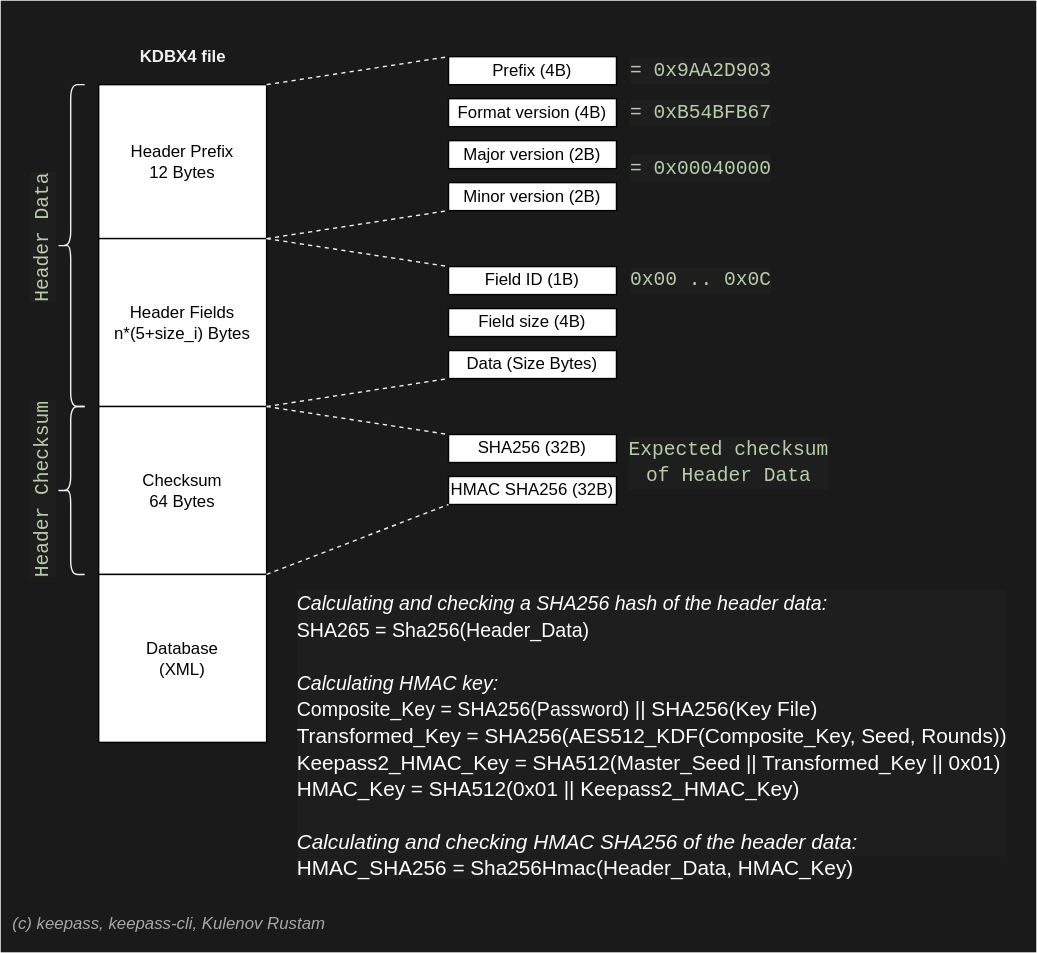
rustamkulenov/keepass-cli keeps this draw.io diagram as docs/kdbx4.drawio.svg. Above is the earlier version. Source tidied: cells renumbered, new cells last; positions are measured from the earlier drawing's top-left corner, leaving out a move shared by most shapes.
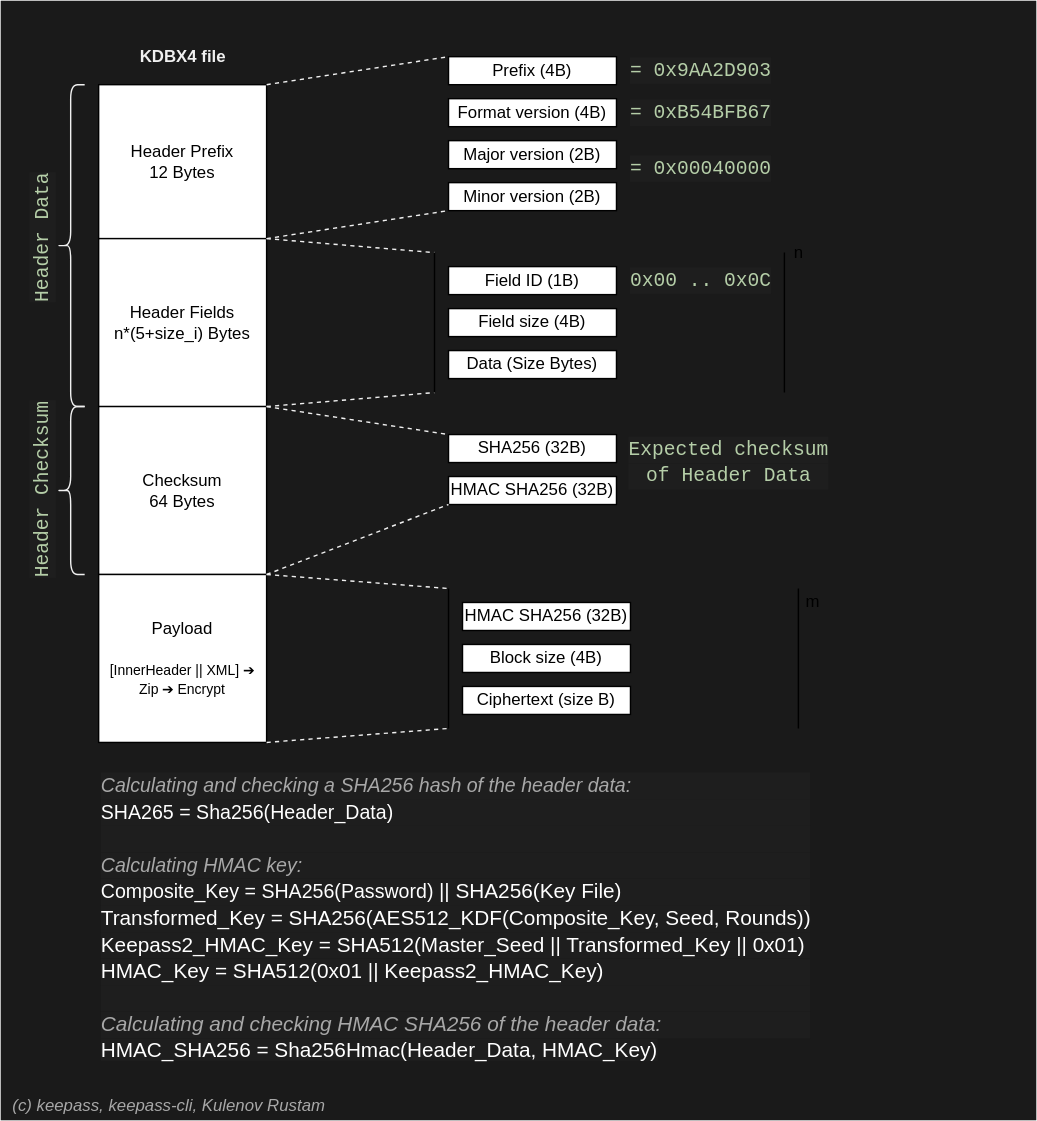
After the change.

Change to the diagram source:
```diff
@@ -3,7 +3,7 @@
     <mxCell id="0" />
     <mxCell id="1" parent="0" />
     <mxCell id="2" style="rounded=0;whiteSpace=wrap;html=1;fontFamily=Helvetica;fontColor=#FFFFFF;align=left;strokeColor=none;fillColor=#1A1A1A;" parent="1" vertex="1">
-      <mxGeometry x="40" width="740" height="680" as="geometry" />
+      <mxGeometry x="40" width="740" height="800" as="geometry" />
     </mxCell>
     <mxCell id="3" value="Header Prefix&lt;br&gt;12 Bytes" style="rounded=0;whiteSpace=wrap;html=1;" parent="1" vertex="1">
       <mxGeometry x="110" y="60" width="120" height="110" as="geometry" />
@@ -14,7 +14,7 @@
     <mxCell id="5" value="Checksum&lt;br&gt;64 Bytes" style="rounded=0;whiteSpace=wrap;html=1;" parent="1" vertex="1">
       <mxGeometry x="110" y="290" width="120" height="120" as="geometry" />
     </mxCell>
-    <mxCell id="6" value="Database&lt;br&gt;(XML)" style="rounded=0;whiteSpace=wrap;html=1;" parent="1" vertex="1">
+    <mxCell id="6" value="Payload&lt;br&gt;&lt;br&gt;&lt;font style=&quot;font-size: 10px&quot;&gt;[InnerHeader || XML]&amp;nbsp;➔&lt;br&gt;&amp;nbsp;Zip&amp;nbsp;➔ Encrypt&lt;/font&gt;" style="rounded=0;whiteSpace=wrap;html=1;" parent="1" vertex="1">
       <mxGeometry x="110" y="410" width="120" height="120" as="geometry" />
     </mxCell>
     <mxCell id="7" value="Prefix (4B)" style="rounded=0;whiteSpace=wrap;html=1;" parent="1" vertex="1">
@@ -56,10 +56,10 @@
     <mxCell id="19" value="&lt;div style=&quot;color: rgb(212 , 212 , 212) ; background-color: rgb(30 , 30 , 30) ; font-family: &amp;#34;droid sans mono&amp;#34; , monospace , monospace , &amp;#34;droid sans fallback&amp;#34; ; font-size: 14px ; line-height: 19px&quot;&gt;&lt;span style=&quot;color: #b5cea8&quot;&gt;0x00 .. 0x0C&lt;/span&gt;&lt;/div&gt;" style="text;html=1;align=center;verticalAlign=middle;strokeColor=none;" parent="1" vertex="1">
       <mxGeometry x="480" y="190" width="120" height="20" as="geometry" />
     </mxCell>
-    <mxCell id="20" style="endArrow=none;html=1;exitX=1;exitY=0;exitDx=0;exitDy=0;entryX=0;entryY=0;entryDx=0;entryDy=0;strokeColor=#F0F0F0;dashed=1;" parent="1" edge="1" source="4" target="16">
+    <mxCell id="20" style="endArrow=none;html=1;exitX=1;exitY=0;exitDx=0;exitDy=0;strokeColor=#F0F0F0;dashed=1;entryX=0;entryY=0;entryDx=0;entryDy=0;" parent="1" edge="1" source="4" target="34">
       <mxGeometry relative="1" as="geometry" />
     </mxCell>
-    <mxCell id="21" style="endArrow=none;html=1;exitX=1;exitY=0;exitDx=0;exitDy=0;entryX=0;entryY=1;entryDx=0;entryDy=0;strokeColor=#F0F0F0;dashed=1;" parent="1" edge="1" source="5" target="18">
+    <mxCell id="21" style="endArrow=none;html=1;exitX=1;exitY=0;exitDx=0;exitDy=0;entryX=0;entryY=1;entryDx=0;entryDy=0;strokeColor=#F0F0F0;dashed=1;" parent="1" edge="1" source="5" target="34">
       <mxGeometry relative="1" as="geometry" />
     </mxCell>
     <mxCell id="22" value="SHA256 (32B)" style="rounded=0;whiteSpace=wrap;html=1;" parent="1" vertex="1">
@@ -74,8 +74,8 @@
     <mxCell id="25" style="endArrow=none;html=1;exitX=1;exitY=0;exitDx=0;exitDy=0;entryX=0;entryY=1;entryDx=0;entryDy=0;strokeColor=#F0F0F0;dashed=1;" parent="1" edge="1" source="6" target="23">
       <mxGeometry relative="1" as="geometry" />
     </mxCell>
-    <mxCell id="26" value="&lt;div style=&quot;background-color: rgb(30 , 30 , 30) ; font-size: 14px ; line-height: 19px&quot;&gt;&lt;span&gt;&lt;i&gt;Calculating and checking a SHA256 hash of the header data:&lt;/i&gt;&lt;/span&gt;&lt;/div&gt;&lt;div style=&quot;background-color: rgb(30 , 30 , 30) ; font-size: 14px ; line-height: 19px&quot;&gt;&lt;span&gt;SHA265 = Sha256(Header_Data)&lt;/span&gt;&lt;/div&gt;&lt;div style=&quot;background-color: rgb(30 , 30 , 30) ; font-size: 14px ; line-height: 19px&quot;&gt;&lt;span&gt;&lt;br&gt;&lt;/span&gt;&lt;/div&gt;&lt;div style=&quot;background-color: rgb(30 , 30 , 30) ; font-size: 14px ; line-height: 19px&quot;&gt;&lt;span&gt;&lt;i&gt;Calculating HMAC key:&lt;/i&gt;&lt;/span&gt;&lt;/div&gt;&lt;div style=&quot;background-color: rgb(30 , 30 , 30) ; font-size: 14px ; line-height: 19px&quot;&gt;&lt;span&gt;Composite_Key = SHA256(Password)&amp;nbsp;&lt;/span&gt;&lt;span style=&quot;font-size: 106%&quot;&gt;|| SHA256(Key File)&lt;/span&gt;&lt;/div&gt;&lt;div style=&quot;background-color: rgb(30 , 30 , 30) ; font-size: 14px ; line-height: 19px&quot;&gt;&lt;span style=&quot;font-size: 106%&quot;&gt;Transformed_Key = SHA256(AES512_KDF(Composite_Key, Seed, Rounds))&lt;/span&gt;&lt;/div&gt;&lt;div style=&quot;background-color: rgb(30 , 30 , 30) ; font-size: 14px ; line-height: 19px&quot;&gt;&lt;span style=&quot;font-size: 14.84px&quot;&gt;Keepass2_HMAC_Key = SHA512(Master_Seed || Transformed_Key || 0x01)&lt;/span&gt;&lt;/div&gt;&lt;div style=&quot;background-color: rgb(30 , 30 , 30) ; font-size: 14px ; line-height: 19px&quot;&gt;&lt;span style=&quot;font-size: 14.84px&quot;&gt;HMAC_Key = SHA512(0x01 || Keepass2_HMAC_Key)&lt;/span&gt;&lt;/div&gt;&lt;div style=&quot;background-color: rgb(30 , 30 , 30) ; font-size: 14px ; line-height: 19px&quot;&gt;&lt;span style=&quot;font-size: 14.84px&quot;&gt;&lt;br&gt;&lt;/span&gt;&lt;/div&gt;&lt;div style=&quot;background-color: rgb(30 , 30 , 30) ; font-size: 14px ; line-height: 19px&quot;&gt;&lt;span style=&quot;font-size: 14.84px&quot;&gt;&lt;i&gt;Calculating and checking HMAC SHA256 of the header data:&lt;/i&gt;&lt;/span&gt;&lt;/div&gt;&lt;div style=&quot;background-color: rgb(30 , 30 , 30) ; font-size: 14px ; line-height: 19px&quot;&gt;&lt;/div&gt;&lt;span style=&quot;font-size: 14.84px ; background-color: rgb(30 , 30 , 30)&quot;&gt;HMAC_SHA256 = Sha256Hmac(Header_Data, HMAC_Key)&lt;br&gt;&lt;/span&gt;" style="text;html=1;align=left;verticalAlign=middle;strokeColor=none;fontFamily=Helvetica;fontColor=#FFFFFF;" parent="1" vertex="1">
-      <mxGeometry x="250" y="420" width="520" height="210" as="geometry" />
+    <mxCell id="26" value="&lt;div style=&quot;background-color: rgb(30 , 30 , 30) ; font-size: 14px ; line-height: 19px&quot;&gt;&lt;span&gt;&lt;i&gt;&lt;font color=&quot;#a8a8a8&quot;&gt;Calculating and checking a SHA256 hash of the header data:&lt;/font&gt;&lt;/i&gt;&lt;/span&gt;&lt;/div&gt;&lt;div style=&quot;background-color: rgb(30 , 30 , 30) ; font-size: 14px ; line-height: 19px&quot;&gt;&lt;span&gt;SHA265 = Sha256(Header_Data)&lt;/span&gt;&lt;/div&gt;&lt;div style=&quot;background-color: rgb(30 , 30 , 30) ; font-size: 14px ; line-height: 19px&quot;&gt;&lt;span&gt;&lt;br&gt;&lt;/span&gt;&lt;/div&gt;&lt;div style=&quot;background-color: rgb(30 , 30 , 30) ; font-size: 14px ; line-height: 19px&quot;&gt;&lt;span&gt;&lt;i&gt;&lt;font color=&quot;#a8a8a8&quot;&gt;Calculating HMAC key:&lt;/font&gt;&lt;/i&gt;&lt;/span&gt;&lt;/div&gt;&lt;div style=&quot;background-color: rgb(30 , 30 , 30) ; font-size: 14px ; line-height: 19px&quot;&gt;&lt;span&gt;Composite_Key = SHA256(Password)&amp;nbsp;&lt;/span&gt;&lt;span style=&quot;font-size: 106%&quot;&gt;|| SHA256(Key File)&lt;/span&gt;&lt;/div&gt;&lt;div style=&quot;background-color: rgb(30 , 30 , 30) ; font-size: 14px ; line-height: 19px&quot;&gt;&lt;span style=&quot;font-size: 106%&quot;&gt;Transformed_Key = SHA256(AES512_KDF(Composite_Key, Seed, Rounds))&lt;/span&gt;&lt;/div&gt;&lt;div style=&quot;background-color: rgb(30 , 30 , 30) ; font-size: 14px ; line-height: 19px&quot;&gt;&lt;span style=&quot;font-size: 14.84px&quot;&gt;Keepass2_HMAC_Key = SHA512(Master_Seed || Transformed_Key || 0x01)&lt;/span&gt;&lt;/div&gt;&lt;div style=&quot;background-color: rgb(30 , 30 , 30) ; font-size: 14px ; line-height: 19px&quot;&gt;&lt;span style=&quot;font-size: 14.84px&quot;&gt;HMAC_Key = SHA512(0x01 || Keepass2_HMAC_Key)&lt;/span&gt;&lt;/div&gt;&lt;div style=&quot;background-color: rgb(30 , 30 , 30) ; font-size: 14px ; line-height: 19px&quot;&gt;&lt;span style=&quot;font-size: 14.84px&quot;&gt;&lt;br&gt;&lt;/span&gt;&lt;/div&gt;&lt;div style=&quot;background-color: rgb(30 , 30 , 30) ; font-size: 14px ; line-height: 19px&quot;&gt;&lt;span style=&quot;font-size: 14.84px&quot;&gt;&lt;i&gt;&lt;font color=&quot;#a8a8a8&quot;&gt;Calculating and checking HMAC SHA256 of the header data:&lt;/font&gt;&lt;/i&gt;&lt;/span&gt;&lt;/div&gt;&lt;div style=&quot;background-color: rgb(30 , 30 , 30) ; font-size: 14px ; line-height: 19px&quot;&gt;&lt;/div&gt;&lt;span style=&quot;font-size: 14.84px ; background-color: rgb(30 , 30 , 30)&quot;&gt;HMAC_SHA256 = Sha256Hmac(Header_Data, HMAC_Key)&lt;br&gt;&lt;/span&gt;" style="text;html=1;align=left;verticalAlign=middle;strokeColor=none;fontFamily=Helvetica;fontColor=#FFFFFF;" parent="1" vertex="1">
+      <mxGeometry x="110" y="550" width="520" height="210" as="geometry" />
     </mxCell>
     <mxCell id="27" value="&lt;div style=&quot;color: rgb(212 , 212 , 212) ; background-color: rgb(30 , 30 , 30) ; font-family: &amp;#34;droid sans mono&amp;#34; , monospace , monospace , &amp;#34;droid sans fallback&amp;#34; ; font-size: 14px ; line-height: 19px&quot;&gt;&lt;span style=&quot;color: #b5cea8&quot;&gt;Expected checksum&lt;/span&gt;&lt;/div&gt;&lt;div style=&quot;color: rgb(212 , 212 , 212) ; background-color: rgb(30 , 30 , 30) ; font-family: &amp;#34;droid sans mono&amp;#34; , monospace , monospace , &amp;#34;droid sans fallback&amp;#34; ; font-size: 14px ; line-height: 19px&quot;&gt;&lt;span style=&quot;color: #b5cea8&quot;&gt;of Header Data&lt;/span&gt;&lt;/div&gt;" style="text;html=1;align=center;verticalAlign=middle;strokeColor=none;" parent="1" vertex="1">
       <mxGeometry x="480" y="310" width="160" height="40" as="geometry" />
@@ -96,7 +96,34 @@
       <mxGeometry y="340" width="140" height="20" as="geometry" />
     </mxCell>
     <mxCell id="33" value="(c) keepass, keepass-cli, Kulenov Rustam" style="text;html=1;align=center;verticalAlign=middle;strokeColor=none;fontFamily=Helvetica;fontStyle=2;fontColor=#A8A8A8;" parent="1" vertex="1">
-      <mxGeometry x="40" y="650" width="240" height="20" as="geometry" />
+      <mxGeometry x="40" y="780" width="240" height="20" as="geometry" />
     </mxCell>
+    <mxCell id="34" style="shape=partialRectangle;whiteSpace=wrap;html=1;bottom=0;top=0;fillColor=none;" parent="1" vertex="1">
+      <mxGeometry x="350" y="180" width="250" height="100" as="geometry" />
+    </mxCell>
+    <mxCell id="35" value="n" style="text;html=1;align=center;verticalAlign=middle;strokeColor=none;" parent="1" vertex="1">
+      <mxGeometry x="600" y="170" width="20" height="20" as="geometry" />
+    </mxCell>
+    <mxCell id="36" style="shape=partialRectangle;whiteSpace=wrap;html=1;bottom=0;top=0;fillColor=none;" parent="1" vertex="1">
+      <mxGeometry x="360" y="420" width="250" height="100" as="geometry" />
+    </mxCell>
+    <mxCell id="37" value="HMAC SHA256 (32B)" style="rounded=0;whiteSpace=wrap;html=1;" parent="1" vertex="1">
+      <mxGeometry x="370" y="430" width="120" height="20" as="geometry" />
+    </mxCell>
+    <mxCell id="38" value="Block size (4B)" style="rounded=0;whiteSpace=wrap;html=1;" parent="1" vertex="1">
+      <mxGeometry x="370" y="460" width="120" height="20" as="geometry" />
+    </mxCell>
+    <mxCell id="39" value="m" style="text;html=1;align=center;verticalAlign=middle;strokeColor=none;" parent="1" vertex="1">
+      <mxGeometry x="605" y="420" width="30" height="20" as="geometry" />
+    </mxCell>
+    <mxCell id="40" style="endArrow=none;html=1;exitX=1;exitY=1;exitDx=0;exitDy=0;entryX=0;entryY=1;entryDx=0;entryDy=0;strokeColor=#F0F0F0;dashed=1;" parent="1" edge="1" source="6" target="36">
+      <mxGeometry relative="1" as="geometry" />
+    </mxCell>
+    <mxCell id="41" style="endArrow=none;html=1;exitX=1;exitY=0;exitDx=0;exitDy=0;entryX=0;entryY=0;entryDx=0;entryDy=0;strokeColor=#F0F0F0;dashed=1;" parent="1" edge="1" source="6" target="36">
+      <mxGeometry relative="1" as="geometry" />
+    </mxCell>
+    <mxCell id="42" value="Ciphertext (size B)" style="rounded=0;whiteSpace=wrap;html=1;" parent="1" vertex="1">
+      <mxGeometry x="370" y="490" width="120" height="20" as="geometry" />
+    </mxCell>
   </root>
 </mxGraphModel>
```
